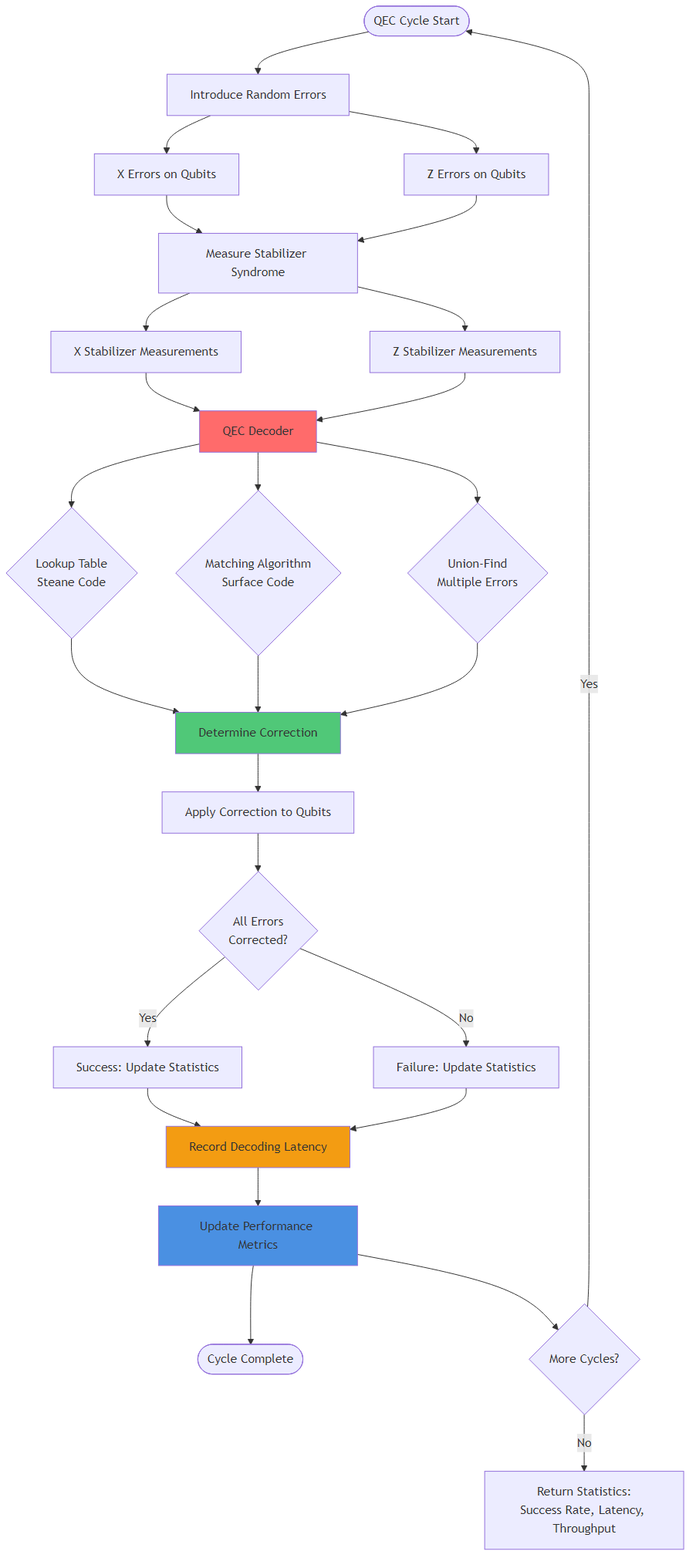
The Mermaid diagram diagrams/03_qec_feedback_loop.png in ahmed27037/Q, before a commit. Its source is kept beside it as diagrams/03_qec_feedback_loop.mmd.
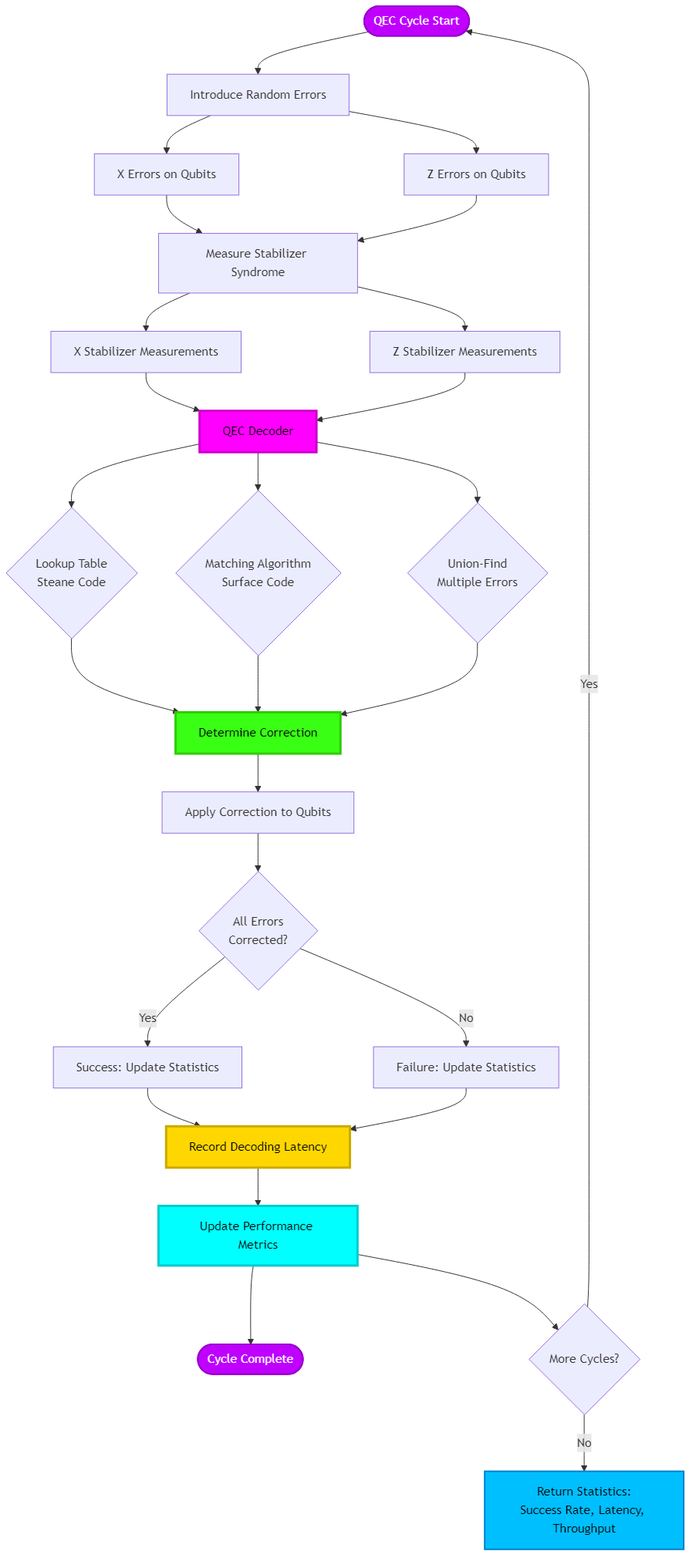
After the change.

Commit message:
Update to neon color scheme, remove Xanadu references, improve documentation clarity

What changed in the source:
```diff
@@ -36,7 +36,10 @@
     NextCycle -->|Yes| Start
     NextCycle -->|No| Results[Return Statistics:<br/>Success Rate, Latency, Throughput]
 
-    style Decoder fill:#ff6b6b
-    style Correction fill:#50c878
-    style Latency fill:#f39c12
-    style Stats fill:#4a90e2
+    style Decoder fill:#FF00FF,stroke:#CC00CC,stroke-width:3px,color:#000
+    style Correction fill:#39FF14,stroke:#2ECC00,stroke-width:3px,color:#000
+    style Latency fill:#FFD700,stroke:#CCAA00,stroke-width:3px,color:#000
+    style Stats fill:#00FFFF,stroke:#00CCCC,stroke-width:3px,color:#000
+    style Start fill:#BF00FF,stroke:#9900CC,stroke-width:2px,color:#FFF
+    style End fill:#BF00FF,stroke:#9900CC,stroke-width:2px,color:#FFF
+    style Results fill:#00BFFF,stroke:#0080CC,stroke-width:2px,color:#000
```
